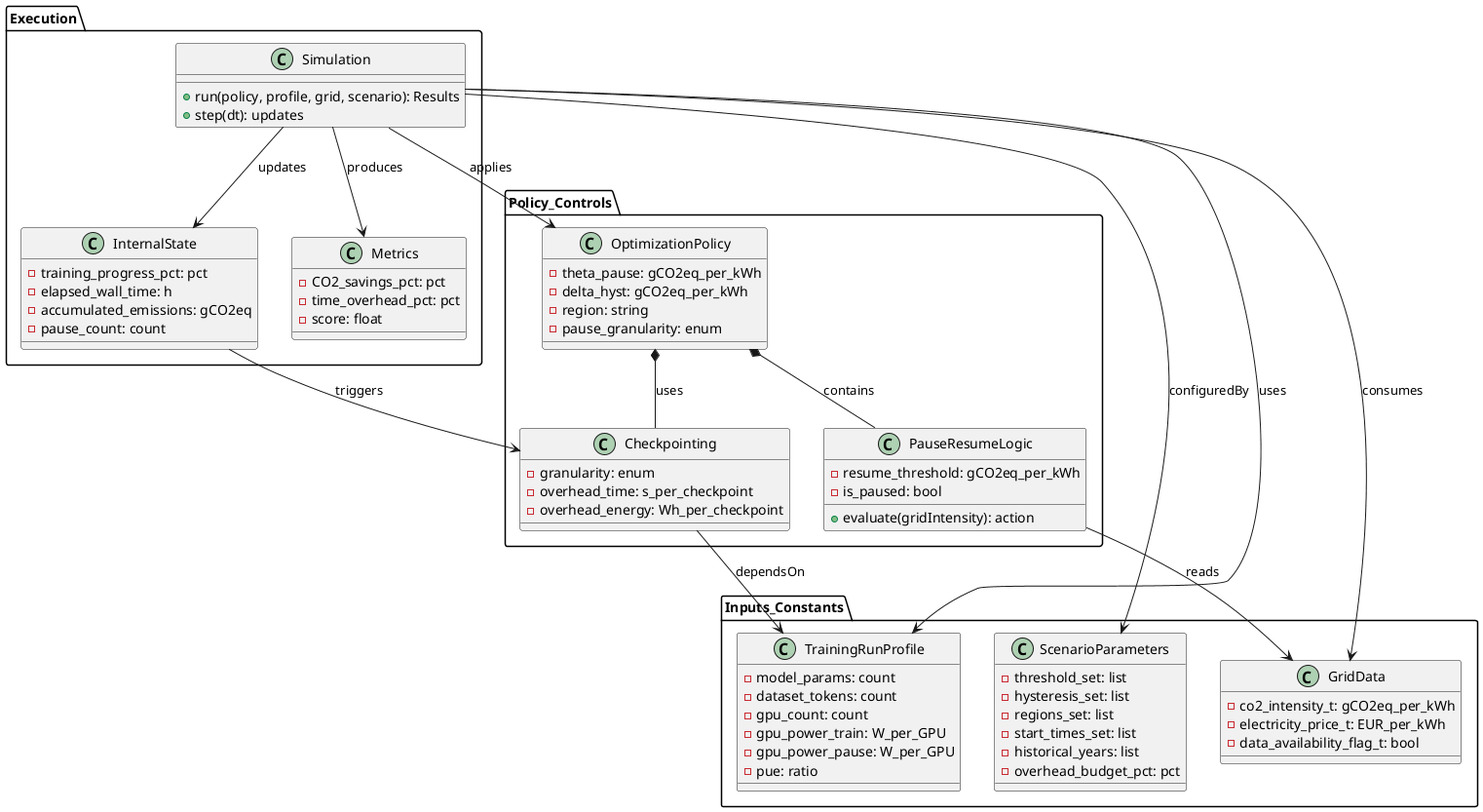
404Simon/TheGreenEpoch keeps this PlantUML diagram as diagrams/class_diagram.png. Above is the earlier version.
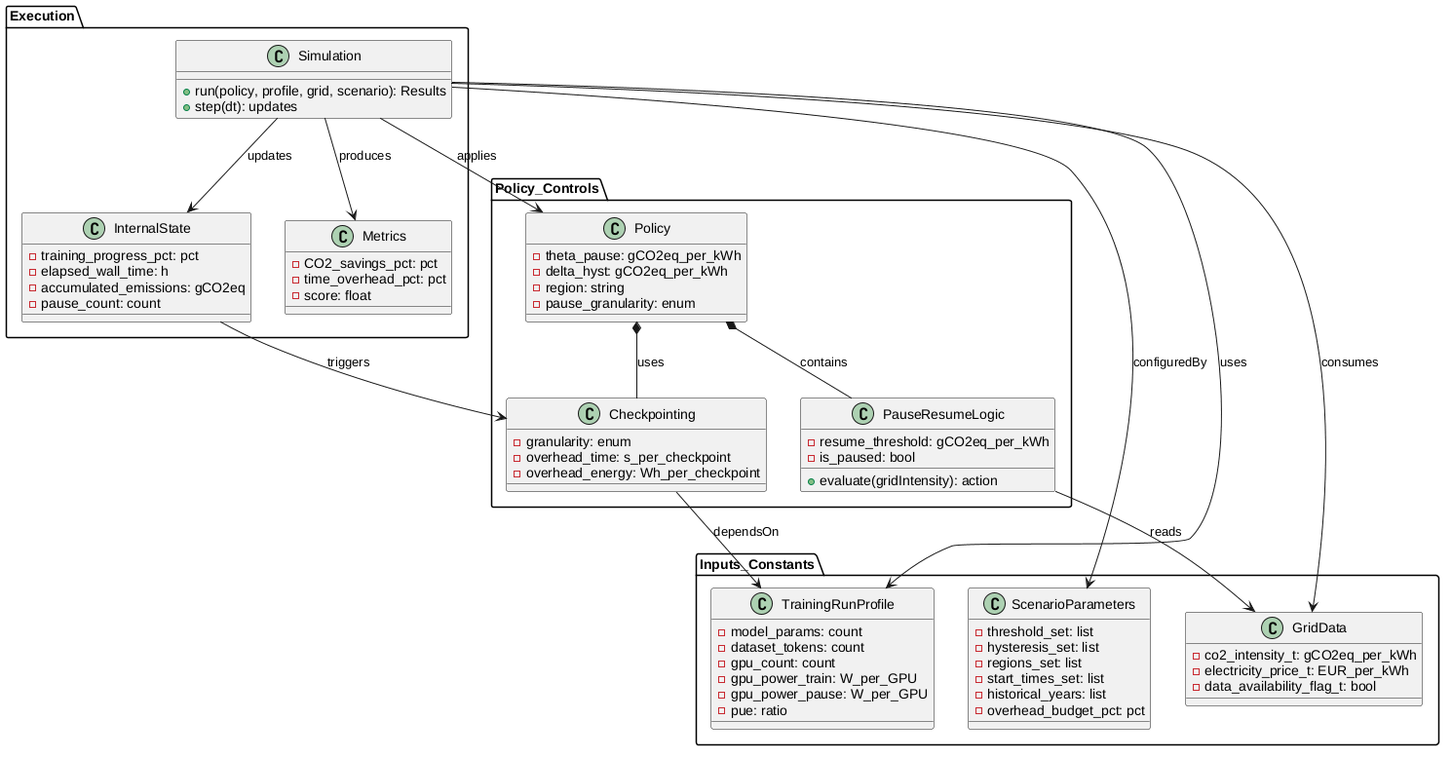
After the commit.

The edit, as a diff of the source:
```diff
@@ -27,7 +27,7 @@
 }
 
 package Policy_Controls {
-  class OptimizationPolicy {
+  class Policy {
     - theta_pause: gCO2eq_per_kWh
     - delta_hyst: gCO2eq_per_kWh
     - region: string
@@ -69,13 +69,13 @@
 
 Simulation --> TrainingRunProfile : uses
 Simulation --> GridData : consumes
-Simulation --> OptimizationPolicy : applies
+Simulation --> Policy : applies
 Simulation --> ScenarioParameters : configuredBy
 Simulation --> InternalState : updates
 Simulation --> Metrics : produces
 
-OptimizationPolicy *-- PauseResumeLogic : contains
-OptimizationPolicy *-- Checkpointing : uses
+Policy *-- PauseResumeLogic : contains
+Policy *-- Checkpointing : uses
 Checkpointing --> TrainingRunProfile : dependsOn
 PauseResumeLogic --> GridData : reads
 InternalState --> Checkpointing : triggers
```
